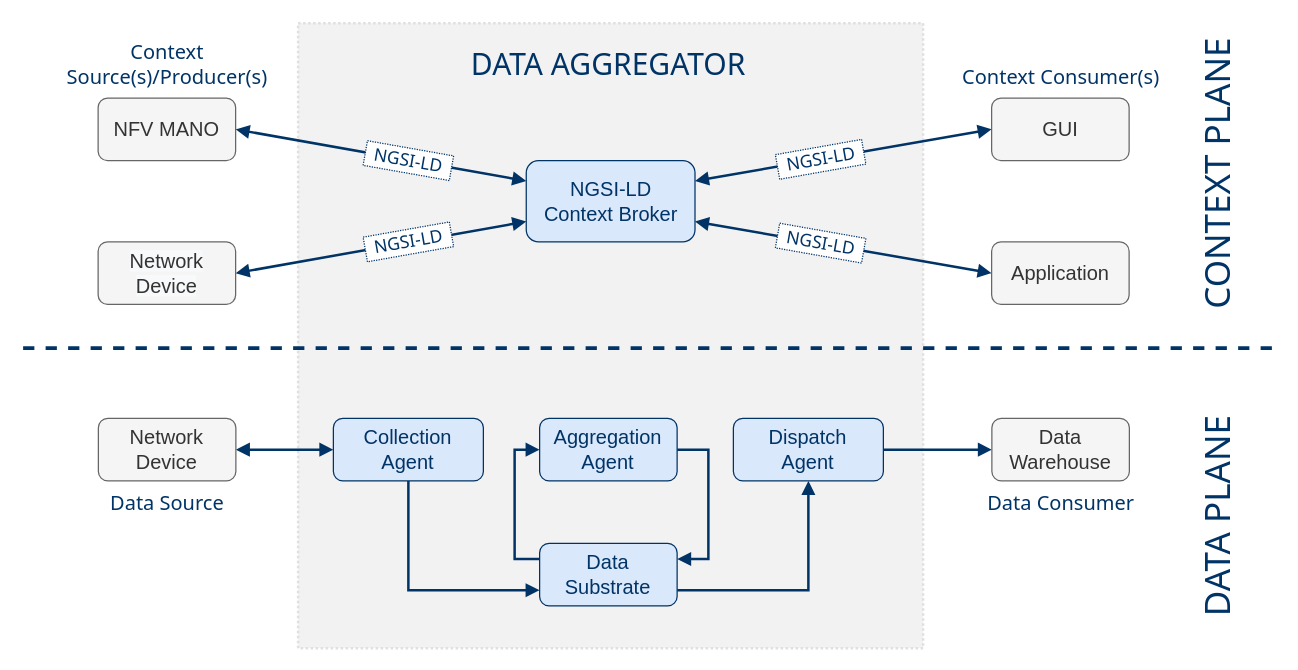
Earlier version of the draw.io diagram page "architecture" (2 of 2) of docs/plane-separation/plane-separation.drawio (giros-dit/semantic-data-aggregator). Source tidied: cells renumbered, new cells numbered last; positions are measured from the earlier drawing's top-left corner, leaving out a move shared by most shapes. Both pictures are drawn from the tidied source at 125%, with x=0, y=0 at pixel (22, 22).
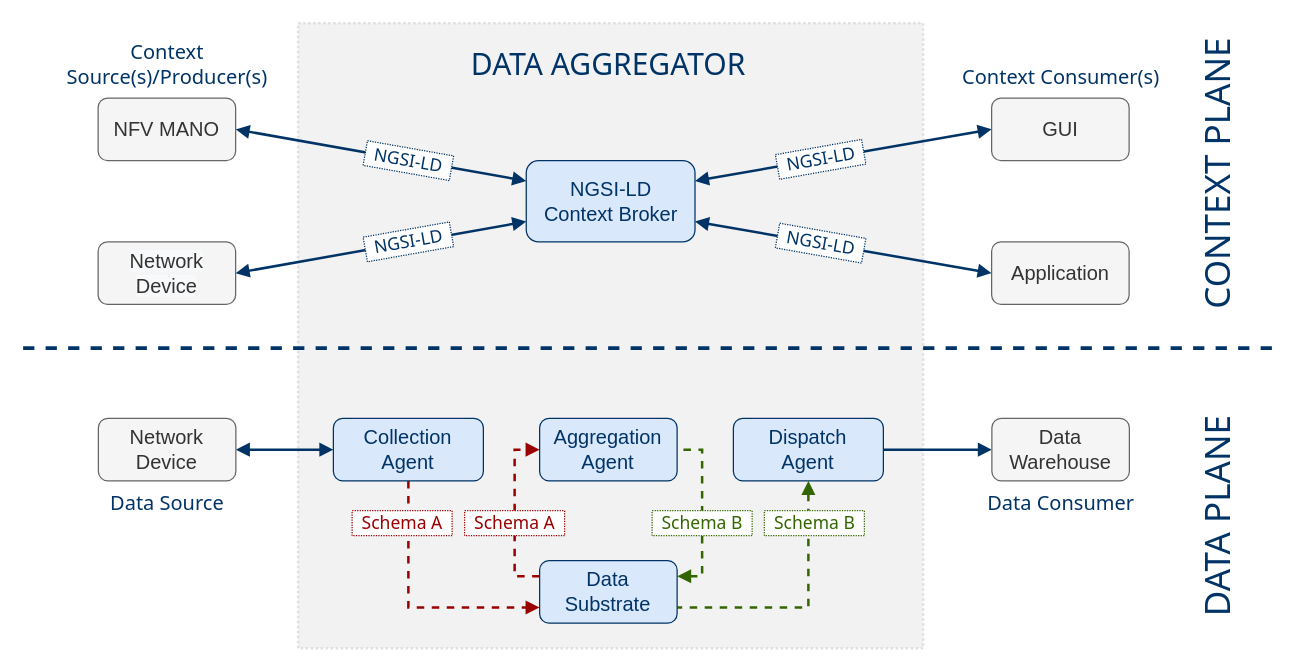
The same diagram, later.

Commit message (it also covers changes not shown here):
Plane separation: include schemas within the data plane

Unchanged cells that the change refers to:
```xml
<mxCell id="12" value="Collection&lt;br style=&quot;font-size: 16px;&quot;&gt;Agent" style="rounded=1;whiteSpace=wrap;html=1;fontFamily=Helvetica;fillColor=#dae8fc;strokeColor=#003366;fontSize=16;fontColor=#003366;" parent="1" vertex="1">
  <mxGeometry x="248.2" y="316.2" width="120" height="50" as="geometry" />
</mxCell>
<mxCell id="14" value="Aggregation&lt;br&gt;Agent" style="rounded=1;whiteSpace=wrap;html=1;fontFamily=Helvetica;fillColor=#dae8fc;strokeColor=#003366;fontSize=16;fontColor=#003366;" parent="1" vertex="1">
  <mxGeometry x="413.2" y="316.2" width="110" height="50" as="geometry" />
</mxCell>
<mxCell id="15" value="Dispatch&lt;br&gt;Agent" style="rounded=1;whiteSpace=wrap;html=1;fontFamily=Helvetica;fillColor=#dae8fc;strokeColor=#003366;fontSize=16;fontColor=#003366;" parent="1" vertex="1">
  <mxGeometry x="568.2" y="316.2" width="120" height="50" as="geometry" />
</mxCell>
<mxCell id="25" value="Network&lt;br style=&quot;font-size: 16px;&quot;&gt;Device" style="rounded=1;whiteSpace=wrap;html=1;fontFamily=Helvetica;fillColor=#f5f5f5;strokeColor=#666666;fontSize=16;direction=west;fontColor=#333333;" parent="1" vertex="1">
  <mxGeometry x="60.2" y="316.2" width="110" height="50" as="geometry" />
</mxCell>
```

Diff of the diagram source:
```diff
@@
-    <mxCell id="3" style="edgeStyle=orthogonalEdgeStyle;rounded=0;jettySize=auto;html=1;exitX=0;exitY=0.5;exitDx=0;exitDy=0;entryX=0;entryY=0.5;entryDx=0;entryDy=0;startArrow=block;startFill=1;endArrow=block;endFill=1;fontColor=#003366;strokeColor=#003366;strokeWidth=2;gradientColor=none;" parent="1" edge="1" source="25" target="12">
+    <mxCell id="3" style="edgeStyle=orthogonalEdgeStyle;rounded=0;jettySize=auto;html=1;exitX=0;exitY=0.5;exitDx=0;exitDy=0;entryX=0;entryY=0.5;entryDx=0;entryDy=0;startArrow=block;startFill=1;endArrow=block;endFill=1;fontColor=#003366;strokeColor=#003366;strokeWidth=2;gradientColor=none;fontFamily=Helvetica;fontSize=11;spacingLeft=0;targetPerimeterSpacing=0;" parent="1" edge="1" source="12" target="25">
       <mxGeometry relative="1" as="geometry" />
     </mxCell>
-    <mxCell id="4" style="edgeStyle=orthogonalEdgeStyle;rounded=0;jettySize=auto;html=1;exitX=1;exitY=0.75;exitDx=0;exitDy=0;entryX=0.5;entryY=1;entryDx=0;entryDy=0;startArrow=none;startFill=0;fontColor=#003366;strokeColor=#003366;strokeWidth=2;gradientColor=none;endFill=1;endArrow=block;" parent="1" edge="1" source="6" target="15">
+    <mxCell id="4" style="edgeStyle=orthogonalEdgeStyle;rounded=0;jettySize=auto;html=1;exitX=0.5;exitY=1;exitDx=0;exitDy=0;entryX=1;entryY=0.75;entryDx=0;entryDy=0;startArrow=block;startFill=1;fontColor=#003366;strokeColor=#336600;strokeWidth=2;gradientColor=none;endFill=0;endArrow=none;dashed=1;fillColor=#f8cecc;fontSize=10;endSize=6;startSize=6;" parent="1" edge="1" source="15" target="6">
       <mxGeometry relative="1" as="geometry" />
     </mxCell>
-    <mxCell id="5" style="edgeStyle=orthogonalEdgeStyle;rounded=0;jettySize=auto;html=1;exitX=1;exitY=0.5;exitDx=0;exitDy=0;entryX=1;entryY=0.25;entryDx=0;entryDy=0;fontColor=#003366;strokeColor=#003366;strokeWidth=2;endFill=1;endArrow=block;startFill=0;" parent="1" edge="1" source="14" target="6">
-      <mxGeometry relative="1" as="geometry">
-        <Array as="points">
-          <mxPoint x="548.2" y="341.2" />
-          <mxPoint x="548.2" y="429.2" />
-        </Array>
-      </mxGeometry>
-    </mxCell>
     <mxCell id="6" value="Data&lt;br&gt;Substrate" style="rounded=1;whiteSpace=wrap;html=1;fontFamily=Helvetica;fillColor=#dae8fc;fontSize=16;strokeColor=#003366;fontColor=#003366;" parent="1" vertex="1">
-      <mxGeometry x="413.2" y="416.2" width="110" height="50" as="geometry" />
+      <mxGeometry x="413.2" y="430" width="110" height="50" as="geometry" />
     </mxCell>
@@
-    <mxCell id="11" style="edgeStyle=orthogonalEdgeStyle;rounded=0;jettySize=auto;html=1;exitX=0.5;exitY=1;exitDx=0;exitDy=0;entryX=0;entryY=0.75;entryDx=0;entryDy=0;fontColor=#003366;strokeColor=#003366;strokeWidth=2;endFill=1;endArrow=block;startFill=0;" parent="1" edge="1" source="12" target="6">
+    <mxCell id="11" style="edgeStyle=orthogonalEdgeStyle;rounded=0;jettySize=auto;html=1;exitX=0.5;exitY=1;exitDx=0;exitDy=0;entryX=0;entryY=0.75;entryDx=0;entryDy=0;fontColor=#003366;strokeColor=#990000;strokeWidth=2;endFill=1;endArrow=block;startFill=0;dashed=1;fontSize=10;fillColor=#f8cecc;gradientColor=none;endSize=6;startArrow=none;startSize=6;" parent="1" edge="1" source="12" target="6">
       <mxGeometry relative="1" as="geometry" />
     </mxCell>
@@
-    <mxCell id="13" style="edgeStyle=orthogonalEdgeStyle;rounded=0;jettySize=auto;html=1;exitX=0;exitY=0.25;exitDx=0;exitDy=0;entryX=0;entryY=0.5;entryDx=0;entryDy=0;fontColor=#003366;strokeColor=#003366;strokeWidth=2;endFill=1;endArrow=block;startFill=0;" parent="1" edge="1" source="6" target="14">
+    <mxCell id="13" style="edgeStyle=orthogonalEdgeStyle;rounded=0;jettySize=auto;html=1;exitX=0;exitY=0.25;exitDx=0;exitDy=0;entryX=0;entryY=0.5;entryDx=0;entryDy=0;fontColor=#003366;strokeColor=#990000;strokeWidth=2;endFill=1;endArrow=block;startFill=0;dashed=1;fontFamily=Helvetica;fontSize=10;fillColor=#f8cecc;gradientColor=none;startArrow=none;endSize=6;startSize=6;" parent="1" edge="1" source="6" target="14">
       <mxGeometry relative="1" as="geometry" />
     </mxCell>
+    <mxCell id="37" style="edgeStyle=orthogonalEdgeStyle;rounded=0;jettySize=auto;html=1;exitX=1;exitY=0.25;exitDx=0;exitDy=0;entryX=1;entryY=0.5;entryDx=0;entryDy=0;fontColor=#003366;strokeColor=#336600;strokeWidth=2;endFill=0;endArrow=none;startFill=1;dashed=1;fillColor=#f8cecc;startArrow=block;endSize=6;startSize=6;" parent="1" edge="1" source="6" target="14">
+      <mxGeometry relative="1" as="geometry" />
+    </mxCell>
@@
+    <mxCell id="38" value="Schema A" style="text;html=1;align=center;verticalAlign=middle;rounded=0;fontSize=14;fontColor=#990000;strokeColor=#990000;strokeWidth=1;labelBackgroundColor=#ffffff;endFill=1;endArrow=block;startFill=0;startArrow=none;fillColor=#ffffff;dashed=1;dashPattern=1 1;fontFamily=Tahoma;rotation=0;direction=west;" parent="1" vertex="1">
+      <mxGeometry x="263.2" y="390" width="80" height="20" as="geometry" />
+    </mxCell>
+    <mxCell id="39" value="Schema A" style="text;html=1;align=center;verticalAlign=middle;rounded=0;fontSize=14;fontColor=#990000;strokeColor=#990000;strokeWidth=1;labelBackgroundColor=#ffffff;endFill=1;endArrow=block;startFill=0;startArrow=none;fillColor=#ffffff;dashed=1;dashPattern=1 1;fontFamily=Tahoma;rotation=0;direction=west;" parent="1" vertex="1">
+      <mxGeometry x="353.2" y="390" width="80" height="20" as="geometry" />
+    </mxCell>
+    <mxCell id="40" value="Schema B" style="text;html=1;align=center;verticalAlign=middle;rounded=0;fontSize=14;fontColor=#336600;strokeColor=#336600;strokeWidth=1;labelBackgroundColor=#ffffff;endFill=1;endArrow=block;startFill=0;startArrow=none;fillColor=#ffffff;dashed=1;dashPattern=1 1;fontFamily=Tahoma;rotation=0;direction=west;" parent="1" vertex="1">
+      <mxGeometry x="503.2" y="390" width="80" height="20" as="geometry" />
+    </mxCell>
+    <mxCell id="41" value="Schema B" style="text;html=1;align=center;verticalAlign=middle;rounded=0;fontSize=14;fontColor=#336600;strokeColor=#336600;strokeWidth=1;labelBackgroundColor=#ffffff;endFill=1;endArrow=block;startFill=0;startArrow=none;fillColor=#ffffff;dashed=1;dashPattern=1 1;fontFamily=Tahoma;rotation=0;direction=west;" parent="1" vertex="1">
+      <mxGeometry x="593" y="390" width="80" height="20" as="geometry" />
+    </mxCell>
```
